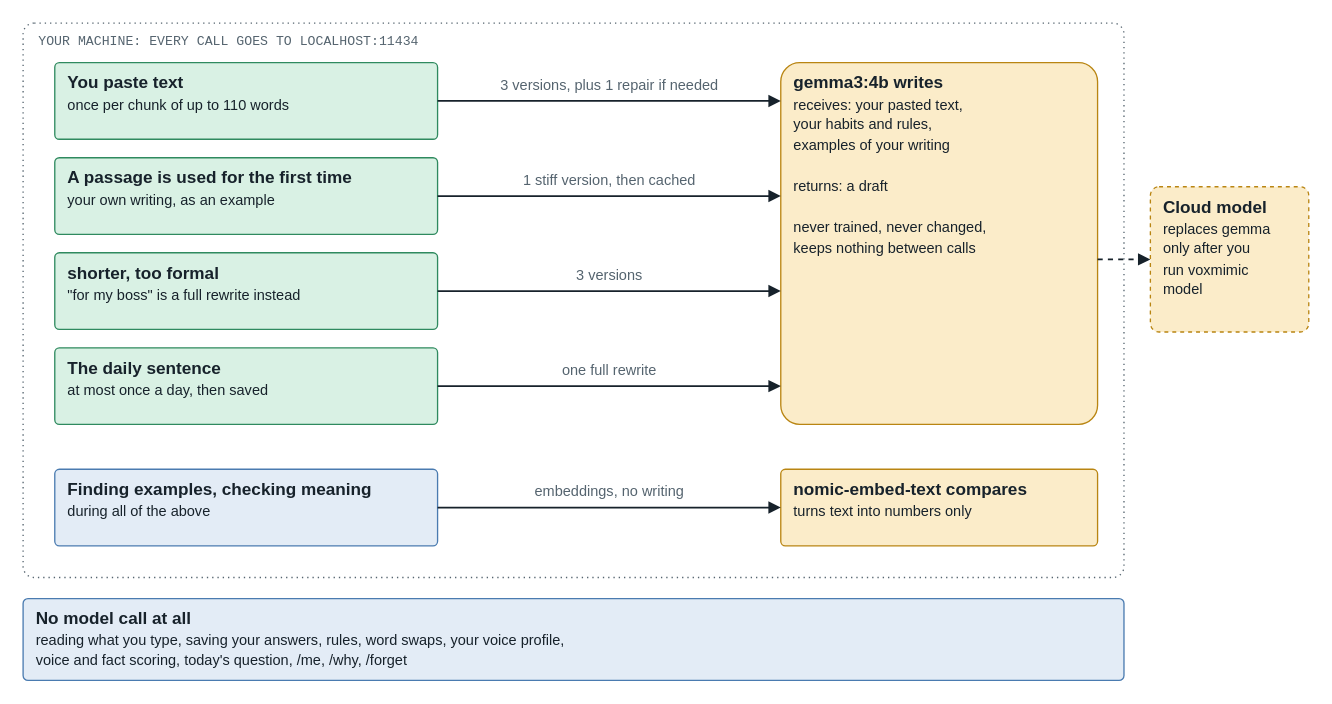
Above: page "Model calls" (4 of 7) of architecture/voxmimic-architecture.drawio in iam-saiteja/VoxMimic (draw.io), before the change. Source tidied: cells renumbered, new cells numbered last; positions are measured from the earlier drawing's top-left corner, leaving out a move shared by most shapes. Both pictures are drawn from the tidied source at 132%, with x=0, y=0 at pixel (22, 22).
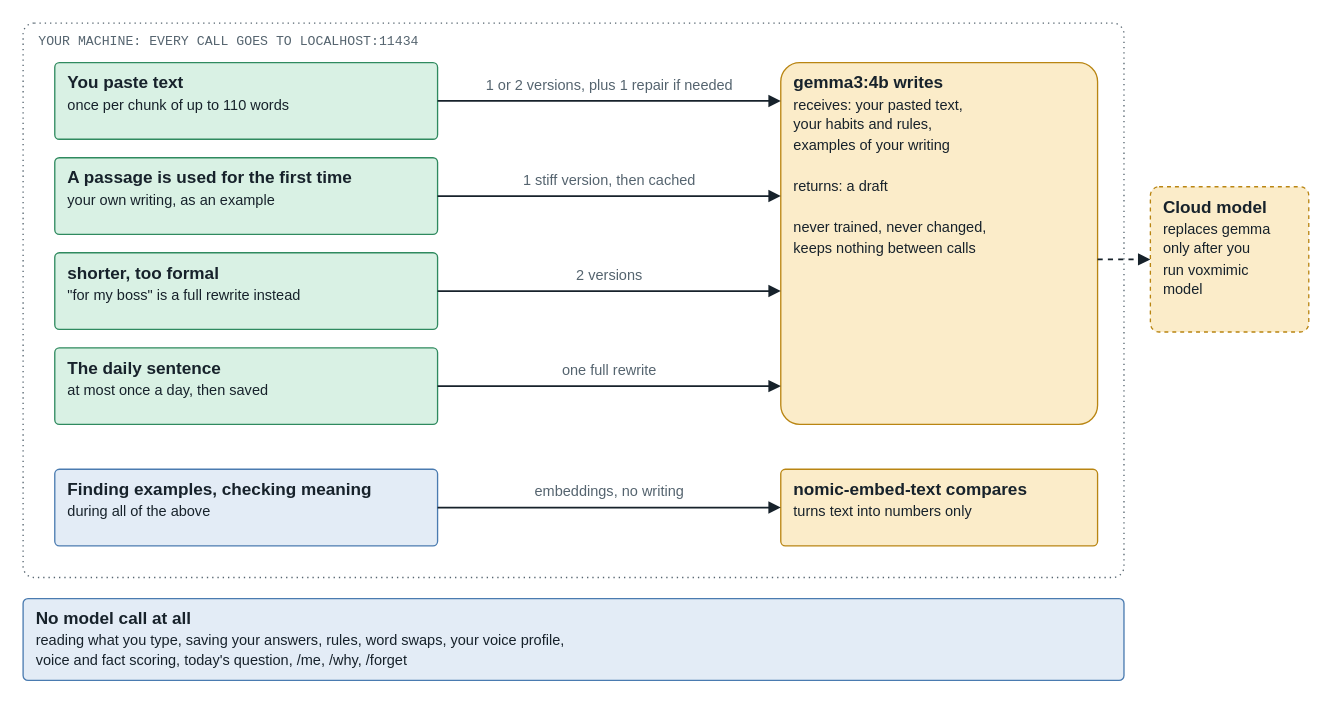
Above is the later version.

The change refers to these unchanged cells:
```xml
<mxCell id="4" value="&lt;b&gt;You paste text&lt;/b&gt;&lt;br&gt;&lt;font style=&quot;font-size:11px&quot;&gt;once per chunk of up to 110 words&lt;/font&gt;" style="rounded=1;arcSize=6;whiteSpace=wrap;html=1;fillColor=#d9f1e4;strokeColor=#2f8a5f;fontColor=#17222b;align=left;verticalAlign=top;spacingLeft=8;spacingTop=1;fontSize=13;" parent="1" vertex="1">
  <mxGeometry x="24" y="30" width="290" height="58" as="geometry" />
</mxCell>
<mxCell id="6" value="&lt;b&gt;shorter, too formal&lt;/b&gt;&lt;br&gt;&lt;font style=&quot;font-size:11px&quot;&gt;&amp;quot;for my boss&amp;quot; is a full rewrite instead&lt;/font&gt;" style="rounded=1;arcSize=6;whiteSpace=wrap;html=1;fillColor=#d9f1e4;strokeColor=#2f8a5f;fontColor=#17222b;align=left;verticalAlign=top;spacingLeft=8;spacingTop=1;fontSize=13;" parent="1" vertex="1">
  <mxGeometry x="24" y="174" width="290" height="58" as="geometry" />
</mxCell>
<mxCell id="8" value="&lt;b&gt;gemma3:4b writes&lt;/b&gt;&lt;br&gt;&lt;font style=&quot;font-size:11px&quot;&gt;receives: your pasted text,&lt;br&gt;your habits and rules,&lt;br&gt;examples of your writing&lt;br&gt;&lt;br&gt;returns: a draft&lt;br&gt;&lt;br&gt;never trained, never changed,&lt;br&gt;keeps nothing between calls&lt;/font&gt;" style="rounded=1;arcSize=6;whiteSpace=wrap;html=1;fillColor=#fbecc9;strokeColor=#b98512;fontColor=#17222b;align=left;verticalAlign=top;spacingLeft=8;spacingTop=1;fontSize=13;" parent="1" vertex="1">
  <mxGeometry x="574" y="30" width="240" height="274" as="geometry" />
</mxCell>
```

Change to the diagram source:
```diff
@@
-    <mxCell id="13" value="3 versions, plus 1 repair if needed" style="edgeStyle=none;html=1;rounded=0;endArrow=block;endFill=1;endSize=6;strokeColor=#17222b;strokeWidth=1.3;fontSize=11;fontColor=#55646f;labelBackgroundColor=#ffffff;exitX=1.0;exitY=0.5;exitDx=0;exitDy=0;exitPerimeter=0;entryX=0;entryY=0.1058;entryDx=0;entryDy=0;entryPerimeter=0;" parent="1" edge="1" source="4" target="8">
+    <mxCell id="13" value="1 or 2 versions, plus 1 repair if needed" style="edgeStyle=none;html=1;rounded=0;endArrow=block;endFill=1;endSize=6;strokeColor=#17222b;strokeWidth=1.3;fontSize=11;fontColor=#55646f;labelBackgroundColor=#ffffff;exitX=1.0;exitY=0.5;exitDx=0;exitDy=0;exitPerimeter=0;entryX=0;entryY=0.1058;entryDx=0;entryDy=0;entryPerimeter=0;" parent="1" edge="1" source="4" target="8">
       <mxGeometry relative="1" as="geometry">
         <mxPoint y="-12" as="offset" />
       </mxGeometry>
     </mxCell>
@@
-    <mxCell id="15" value="3 versions" style="edgeStyle=none;html=1;rounded=0;endArrow=block;endFill=1;endSize=6;strokeColor=#17222b;strokeWidth=1.3;fontSize=11;fontColor=#55646f;labelBackgroundColor=#ffffff;exitX=1.0;exitY=0.5;exitDx=0;exitDy=0;exitPerimeter=0;entryX=0;entryY=0.6314;entryDx=0;entryDy=0;entryPerimeter=0;" parent="1" edge="1" source="6" target="8">
+    <mxCell id="15" value="2 versions" style="edgeStyle=none;html=1;rounded=0;endArrow=block;endFill=1;endSize=6;strokeColor=#17222b;strokeWidth=1.3;fontSize=11;fontColor=#55646f;labelBackgroundColor=#ffffff;exitX=1.0;exitY=0.5;exitDx=0;exitDy=0;exitPerimeter=0;entryX=0;entryY=0.6314;entryDx=0;entryDy=0;entryPerimeter=0;" parent="1" edge="1" source="6" target="8">
       <mxGeometry relative="1" as="geometry">
         <mxPoint y="-12" as="offset" />
       </mxGeometry>
     </mxCell>
```
